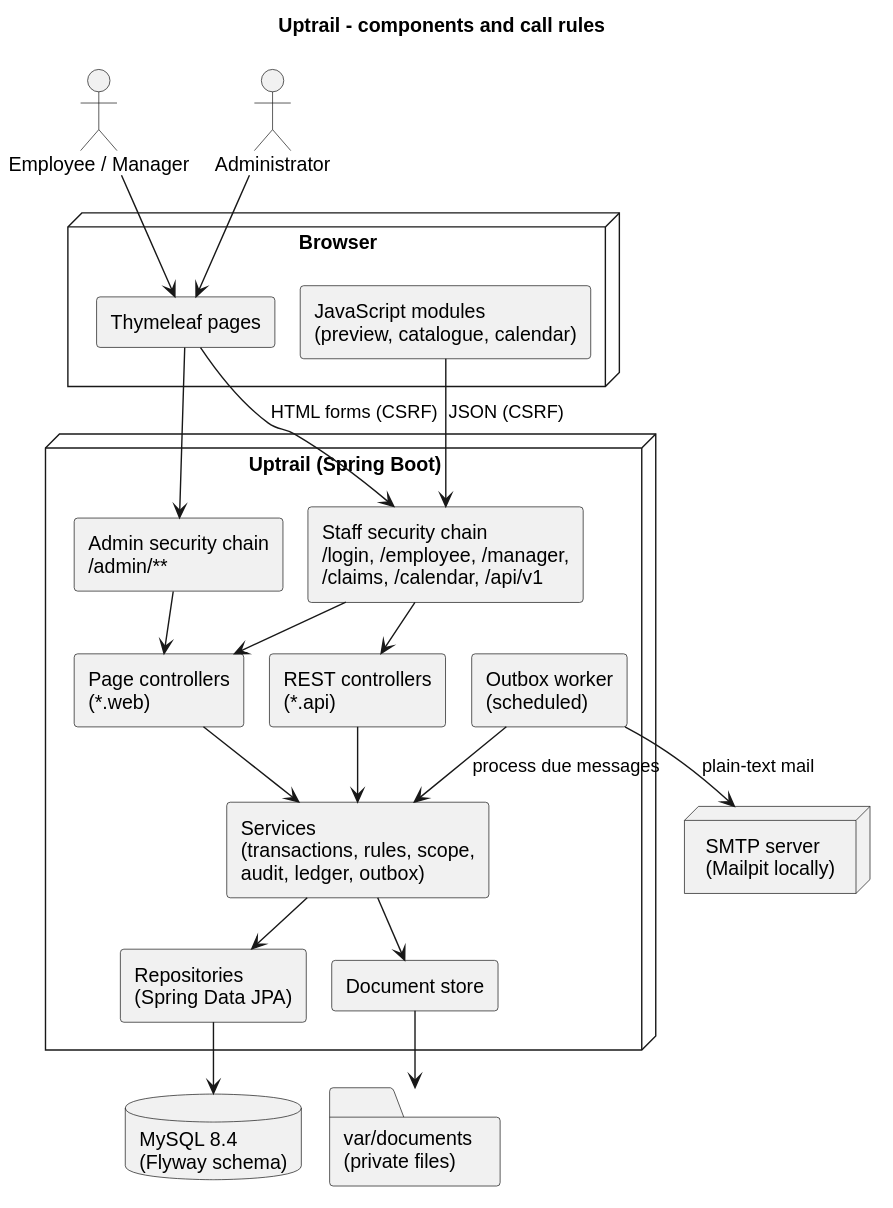
The PlantUML diagram docs/diagrams/svg/architecture.svg in narmi924/Uptrail, before a commit. Its diagram source:
```plantuml
@startuml
!pragma layout smetana
title Uptrail - components and call rules
skinparam componentStyle rectangle
skinparam shadowing false
skinparam defaultFontName Arial

actor "Employee / Manager" as staff
actor "Administrator" as admin

node "Browser" {
  [Thymeleaf pages] as pages
  [JavaScript modules\n(preview, catalogue, calendar)] as js
}

node "Uptrail (Spring Boot)" {
  [Staff security chain\n/login, /employee, /manager,\n/claims, /calendar, /api/v1] as staffChain
  [Admin security chain\n/admin/**] as adminChain
  [Page controllers\n(*.web)] as web
  [REST controllers\n(*.api)] as api
  [Services\n(transactions, rules, scope,\naudit, ledger, outbox)] as services
  [Repositories\n(Spring Data JPA)] as repos
  [Outbox worker\n(scheduled)] as worker
  [Document store] as docs
}

database "MySQL 8.4\n(Flyway schema)" as db
folder "var/documents\n(private files)" as files
node "SMTP server\n(Mailpit locally)" as smtp

staff --> pages
admin --> pages
pages --> staffChain : HTML forms (CSRF)
js --> staffChain : JSON (CSRF)
pages --> adminChain
staffChain --> web
staffChain --> api
adminChain --> web
web --> services
api --> services
services --> repos
services --> docs
repos --> db
docs --> files
worker --> services : process due messages
worker --> smtp : plain-text mail
@enduml
```
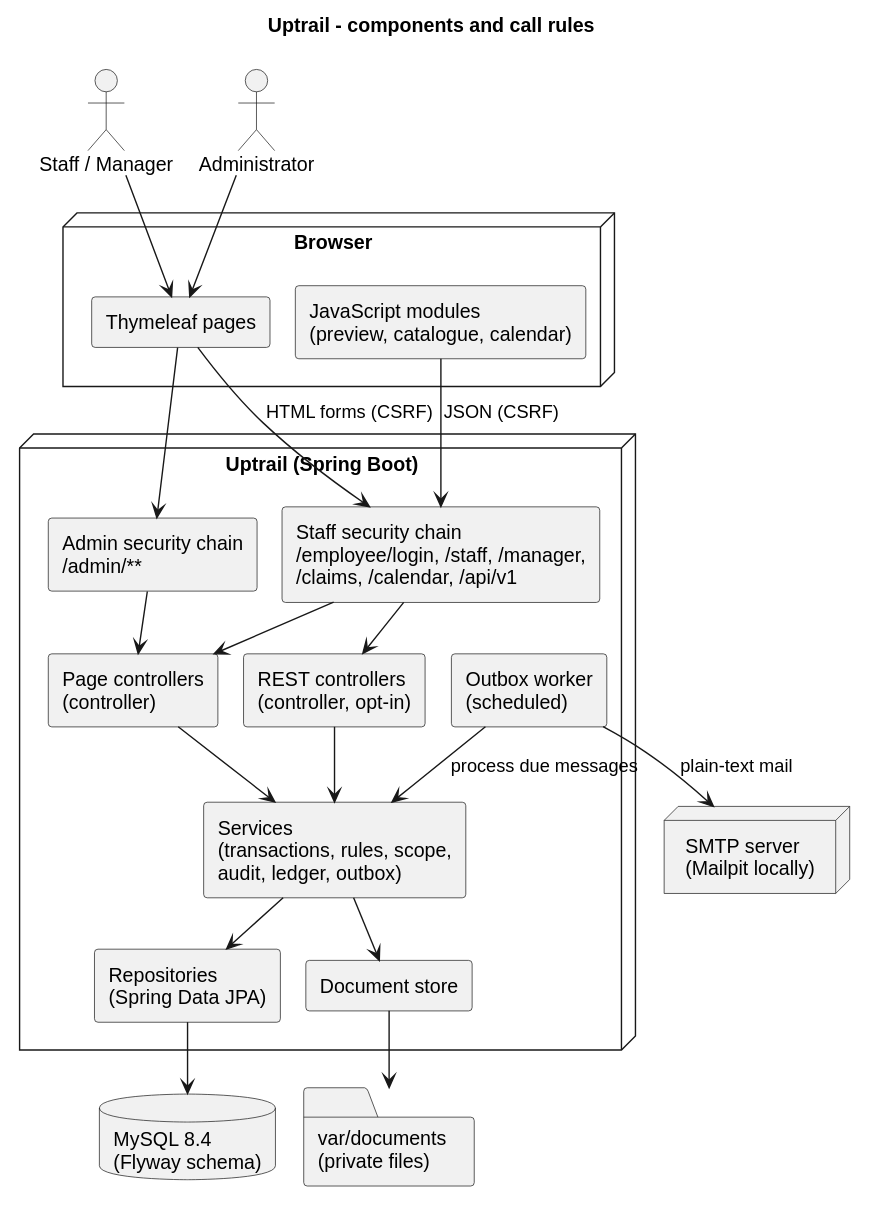
Above is the later version.

The edit, as a diff of the source:
```diff
@@ -5,7 +5,7 @@
 skinparam shadowing false
 skinparam defaultFontName Arial
 
-actor "Employee / Manager" as staff
+actor "Staff / Manager" as staff
 actor "Administrator" as admin
 
 node "Browser" {
@@ -14,10 +14,10 @@
 }
 
 node "Uptrail (Spring Boot)" {
-  [Staff security chain\n/login, /employee, /manager,\n/claims, /calendar, /api/v1] as staffChain
+  [Staff security chain\n/employee/login, /staff, /manager,\n/claims, /calendar, /api/v1] as staffChain
   [Admin security chain\n/admin/**] as adminChain
-  [Page controllers\n(*.web)] as web
-  [REST controllers\n(*.api)] as api
+  [Page controllers\n(controller)] as web
+  [REST controllers\n(controller, opt-in)] as api
   [Services\n(transactions, rules, scope,\naudit, ledger, outbox)] as services
   [Repositories\n(Spring Data JPA)] as repos
   [Outbox worker\n(scheduled)] as worker
```
